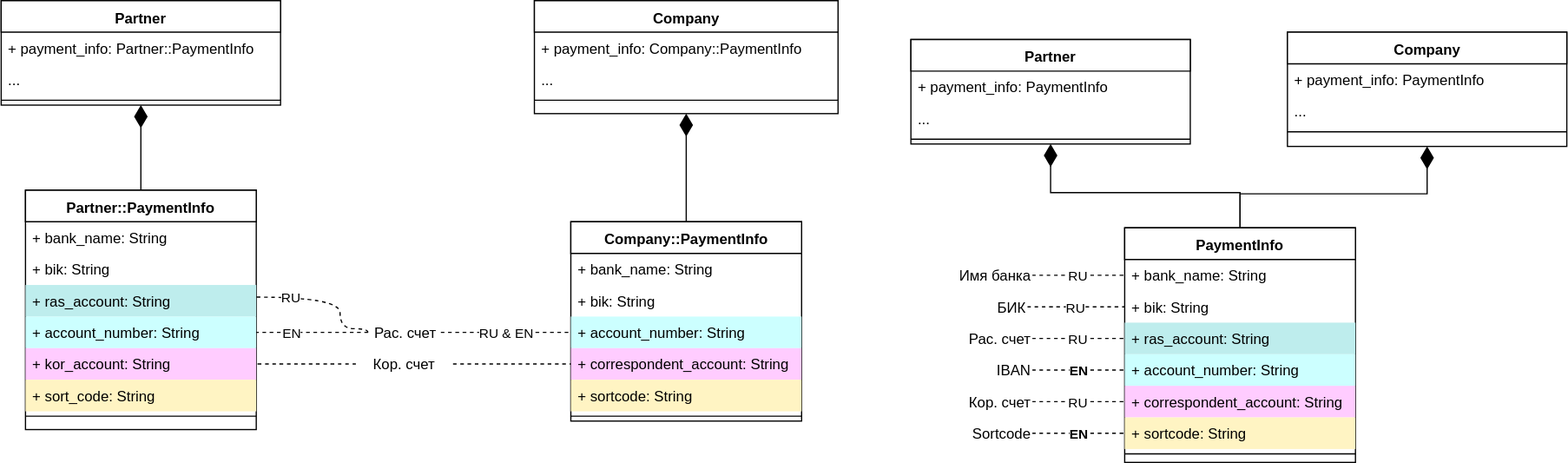
Above: payment-info.svg in ajile/draw-io (draw.io), before the change. Source tidied: cells renumbered, new cells last; positions are measured from the earlier drawing's top-left corner, leaving out a move shared by most shapes.
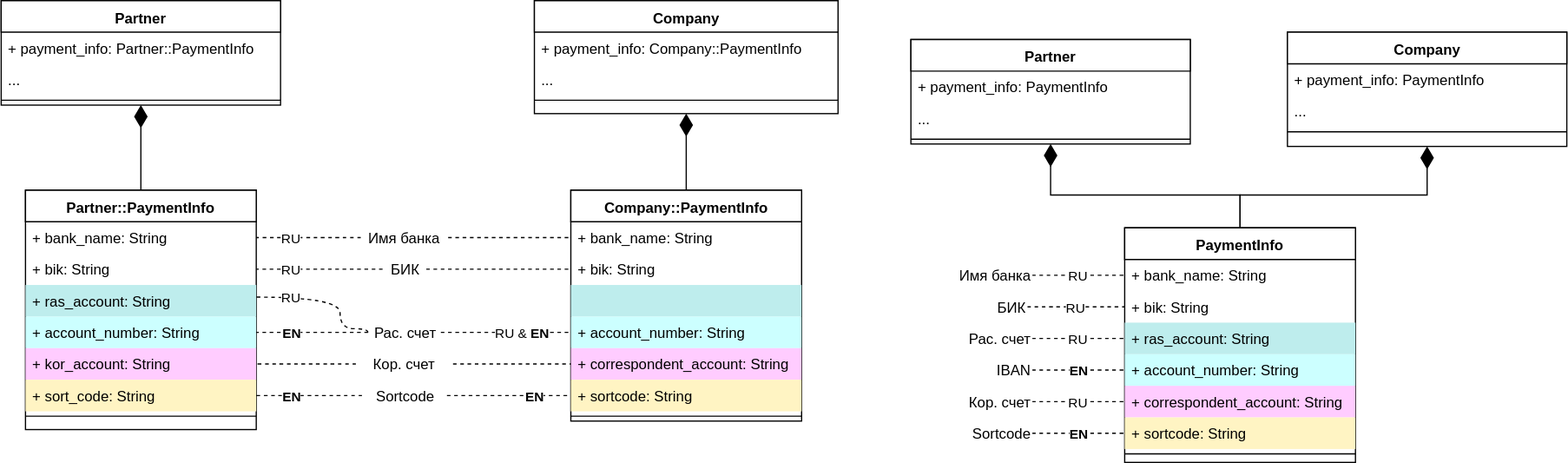
The same diagram one commit later.

Change to the diagram source:
```diff
@@ -30,7 +30,7 @@
       <mxGeometry y="182" width="190" height="8" as="geometry" />
     </mxCell>
     <mxCell id="11" value="Company::&lt;span&gt;PaymentInfo&lt;/span&gt;" style="swimlane;html=1;fontStyle=1;align=center;verticalAlign=top;horizontal=1;startSize=26;swimlaneFillColor=#ffffff;" parent="1" vertex="1">
-      <mxGeometry x="469" y="182" width="190" height="164" as="geometry" />
+      <mxGeometry x="469" y="156" width="190" height="190" as="geometry" />
     </mxCell>
     <mxCell id="12" value="+ bank_name: String" style="text;html=1;strokeColor=none;fillColor=none;align=left;verticalAlign=top;spacingLeft=4;spacingRight=4;whiteSpace=wrap;overflow=hidden;points=[[0,0.5],[1,0.5]];portConstraint=eastwest;" parent="11" vertex="1">
       <mxGeometry y="26" width="190" height="26" as="geometry" />
@@ -38,17 +38,20 @@
     <mxCell id="13" value="+ bik: String" style="text;html=1;strokeColor=none;fillColor=none;align=left;verticalAlign=top;spacingLeft=4;spacingRight=4;whiteSpace=wrap;overflow=hidden;points=[[0,0.5],[1,0.5]];portConstraint=eastwest;" parent="11" vertex="1">
       <mxGeometry y="52" width="190" height="26" as="geometry" />
     </mxCell>
+    <mxCell id="64" value="&amp;nbsp;" style="text;html=1;strokeColor=none;fillColor=#BEEDED;align=left;verticalAlign=top;spacingLeft=4;spacingRight=4;whiteSpace=wrap;overflow=hidden;" parent="11" vertex="1">
+      <mxGeometry y="78" width="190" height="26" as="geometry" />
+    </mxCell>
     <mxCell id="14" value="+ account_number: String" style="text;html=1;strokeColor=none;fillColor=#CCFFFF;align=left;verticalAlign=top;spacingLeft=4;spacingRight=4;whiteSpace=wrap;overflow=hidden;points=[[0,0.5],[1,0.5]];portConstraint=eastwest;" parent="11" vertex="1">
-      <mxGeometry y="78" width="190" height="26" as="geometry" />
+      <mxGeometry y="104" width="190" height="26" as="geometry" />
     </mxCell>
     <mxCell id="15" value="+ correspondent_account: String" style="text;html=1;strokeColor=none;fillColor=#FFCCFF;align=left;verticalAlign=top;spacingLeft=4;spacingRight=4;whiteSpace=wrap;overflow=hidden;points=[[0,0.5],[1,0.5]];portConstraint=eastwest;" parent="11" vertex="1">
-      <mxGeometry y="104" width="190" height="26" as="geometry" />
+      <mxGeometry y="130" width="190" height="26" as="geometry" />
     </mxCell>
     <mxCell id="16" value="+ sortcode: String" style="text;html=1;strokeColor=none;fillColor=#FFF4C3;align=left;verticalAlign=top;spacingLeft=4;spacingRight=4;whiteSpace=wrap;overflow=hidden;points=[[0,0.5],[1,0.5]];portConstraint=eastwest;" parent="11" vertex="1">
-      <mxGeometry y="130" width="190" height="26" as="geometry" />
+      <mxGeometry y="156" width="190" height="26" as="geometry" />
     </mxCell>
     <mxCell id="17" style="line;html=1;strokeWidth=1;fillColor=none;align=left;verticalAlign=middle;spacingTop=-1;spacingLeft=3;spacingRight=3;labelPosition=right;" parent="11" vertex="1">
-      <mxGeometry y="156" width="190" height="8" as="geometry" />
+      <mxGeometry y="182" width="190" height="8" as="geometry" />
     </mxCell>
     <mxCell id="18" value="Partner" style="swimlane;html=1;fontStyle=1;align=center;verticalAlign=top;horizontal=1;startSize=26;swimlaneFillColor=#ffffff;" parent="1" vertex="1">
       <mxGeometry width="230" height="86" as="geometry" />
@@ -78,10 +81,20 @@
       <mxGeometry relative="1" as="geometry" />
     </mxCell>
     <mxCell id="27" style="edgeStyle=orthogonalEdgeStyle;rounded=0;html=1;endArrow=diamondThin;endFill=1;endSize=16;jettySize=auto;" parent="1" edge="1" source="29" target="41">
-      <mxGeometry relative="1" as="geometry" />
+      <mxGeometry relative="1" as="geometry">
+        <Array as="points">
+          <mxPoint x="1020" y="160" />
+          <mxPoint x="864" y="160" />
+        </Array>
+      </mxGeometry>
     </mxCell>
     <mxCell id="28" style="rounded=0;html=1;endArrow=diamondThin;endFill=1;endSize=16;jettySize=auto;edgeStyle=orthogonalEdgeStyle;" parent="1" edge="1" source="29" target="37">
-      <mxGeometry relative="1" as="geometry" />
+      <mxGeometry relative="1" as="geometry">
+        <Array as="points">
+          <mxPoint x="1020" y="160" />
+          <mxPoint x="1174" y="160" />
+        </Array>
+      </mxGeometry>
     </mxCell>
     <mxCell id="29" value="&lt;span&gt;PaymentInfo&lt;/span&gt;" style="swimlane;html=1;fontStyle=1;align=center;verticalAlign=top;horizontal=1;startSize=26;swimlaneFillColor=#ffffff;" parent="1" vertex="1">
       <mxGeometry x="925" y="187" width="190" height="193" as="geometry" />
@@ -140,8 +153,8 @@
     <mxCell id="47" value="&lt;span&gt;Кор. счет&lt;/span&gt;" style="text;html=1;strokeColor=none;fillColor=none;align=center;verticalAlign=middle;whiteSpace=wrap;" parent="1" vertex="1">
       <mxGeometry x="292" y="289" width="80" height="20" as="geometry" />
     </mxCell>
-    <mxCell id="48" value="&lt;span&gt;RU &amp;amp; EN&lt;/span&gt;" style="edgeStyle=orthogonalEdgeStyle;rounded=0;html=1;entryX=0;entryY=0.5;dashed=1;endArrow=none;endFill=0;endSize=16;jettySize=auto;curved=1;" parent="1" edge="1" source="51" target="14">
-      <mxGeometry relative="1" as="geometry" />
+    <mxCell id="48" value="RU &amp;amp; &lt;b&gt;EN&lt;/b&gt;" style="edgeStyle=orthogonalEdgeStyle;rounded=0;html=1;entryX=0;entryY=0.5;dashed=1;endArrow=none;endFill=0;endSize=16;jettySize=auto;curved=1;" parent="1" edge="1" source="51" target="14">
+      <mxGeometry x="0.25" relative="1" as="geometry" />
     </mxCell>
     <mxCell id="49" value="&lt;span&gt;RU&lt;/span&gt;" style="edgeStyle=orthogonalEdgeStyle;rounded=0;html=1;dashed=1;endArrow=none;endFill=0;endSize=16;jettySize=auto;curved=1;exitX=0;exitY=0.5;" parent="1" edge="1" source="51" target="6">
       <mxGeometry x="0.52" relative="1" as="geometry">
@@ -151,7 +164,7 @@
         </Array>
       </mxGeometry>
     </mxCell>
-    <mxCell id="50" value="EN" style="edgeStyle=orthogonalEdgeStyle;rounded=0;html=1;dashed=1;endArrow=none;endFill=0;endSize=16;jettySize=auto;curved=1;" parent="1" edge="1" source="51" target="7">
+    <mxCell id="50" value="&lt;b&gt;EN&lt;/b&gt;" style="edgeStyle=orthogonalEdgeStyle;rounded=0;html=1;dashed=1;endArrow=none;endFill=0;endSize=16;jettySize=auto;curved=1;" parent="1" edge="1" source="51" target="7">
       <mxGeometry x="0.37" relative="1" as="geometry" />
     </mxCell>
     <mxCell id="51" value="&lt;span&gt;Рас. счет&lt;/span&gt;&lt;br&gt;" style="text;html=1;strokeColor=none;fillColor=none;align=center;verticalAlign=middle;whiteSpace=wrap;" parent="1" vertex="1">
@@ -193,5 +206,32 @@
     <mxCell id="63" value="Имя банка" style="text;html=1;strokeColor=none;fillColor=none;align=right;verticalAlign=middle;whiteSpace=wrap;" parent="1" vertex="1">
       <mxGeometry x="759" y="216" width="90" height="20" as="geometry" />
     </mxCell>
+    <mxCell id="65" value="RU" style="edgeStyle=orthogonalEdgeStyle;curved=1;rounded=0;html=1;dashed=1;endArrow=none;endFill=0;endSize=16;jettySize=auto;" parent="1" edge="1" source="67" target="5">
+      <mxGeometry x="0.44" relative="1" as="geometry" />
+    </mxCell>
+    <mxCell id="66" style="edgeStyle=orthogonalEdgeStyle;curved=1;rounded=0;html=1;dashed=1;endArrow=none;endFill=0;endSize=16;jettySize=auto;exitX=1;exitY=0.5;" parent="1" edge="1" source="67" target="13">
+      <mxGeometry relative="1" as="geometry" />
+    </mxCell>
+    <mxCell id="67" value="БИК" style="text;html=1;strokeColor=none;fillColor=none;align=center;verticalAlign=middle;whiteSpace=wrap;" parent="1" vertex="1">
+      <mxGeometry x="314" y="211" width="36" height="20" as="geometry" />
+    </mxCell>
+    <mxCell id="68" style="edgeStyle=orthogonalEdgeStyle;curved=1;rounded=0;html=1;dashed=1;endArrow=none;endFill=0;endSize=16;jettySize=auto;exitX=1;exitY=0.5;" parent="1" edge="1" source="70" target="12">
+      <mxGeometry relative="1" as="geometry" />
+    </mxCell>
+    <mxCell id="69" value="RU" style="edgeStyle=orthogonalEdgeStyle;curved=1;rounded=0;html=1;dashed=1;endArrow=none;endFill=0;endSize=16;jettySize=auto;" parent="1" edge="1" source="70" target="4">
+      <mxGeometry x="0.33" relative="1" as="geometry" />
+    </mxCell>
+    <mxCell id="70" value="Имя банка" style="text;html=1;strokeColor=none;fillColor=none;align=center;verticalAlign=middle;whiteSpace=wrap;" parent="1" vertex="1">
+      <mxGeometry x="296" y="185" width="72" height="20" as="geometry" />
+    </mxCell>
+    <mxCell id="71" value="&lt;b&gt;EN&lt;/b&gt;" style="edgeStyle=orthogonalEdgeStyle;curved=1;rounded=0;html=1;entryX=1;entryY=0.5;dashed=1;endArrow=none;endFill=0;endSize=16;jettySize=auto;" parent="1" edge="1" source="73" target="9">
+      <mxGeometry x="0.33" relative="1" as="geometry" />
+    </mxCell>
+    <mxCell id="72" value="&lt;b&gt;EN&lt;/b&gt;" style="edgeStyle=orthogonalEdgeStyle;curved=1;rounded=0;html=1;dashed=1;endArrow=none;endFill=0;endSize=16;jettySize=auto;" parent="1" edge="1" source="73" target="16">
+      <mxGeometry x="0.41" relative="1" as="geometry" />
+    </mxCell>
+    <mxCell id="73" value="Sortcode" style="text;html=1;strokeColor=none;fillColor=none;align=center;verticalAlign=middle;whiteSpace=wrap;" parent="1" vertex="1">
+      <mxGeometry x="297" y="315" width="70" height="20" as="geometry" />
+    </mxCell>
   </root>
 </mxGraphModel>
```
